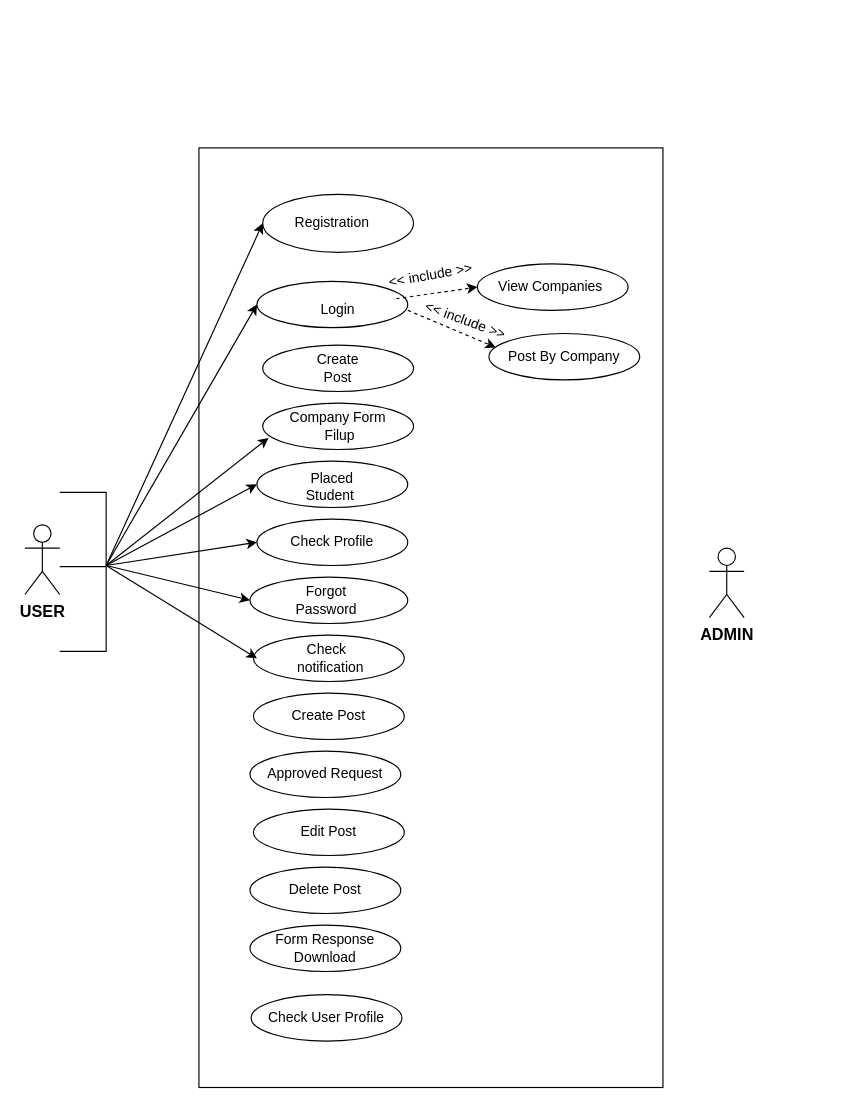
Above: Untitled Diagram.drawio in shalulaha/Minor_Project (draw.io), before the change. Source tidied: cells renumbered, new cells numbered last; positions are measured from the earlier drawing's top-left corner, leaving out a move shared by most shapes. Both pictures are drawn from the tidied source at 116%, with x=0, y=0 at pixel (24, 147).
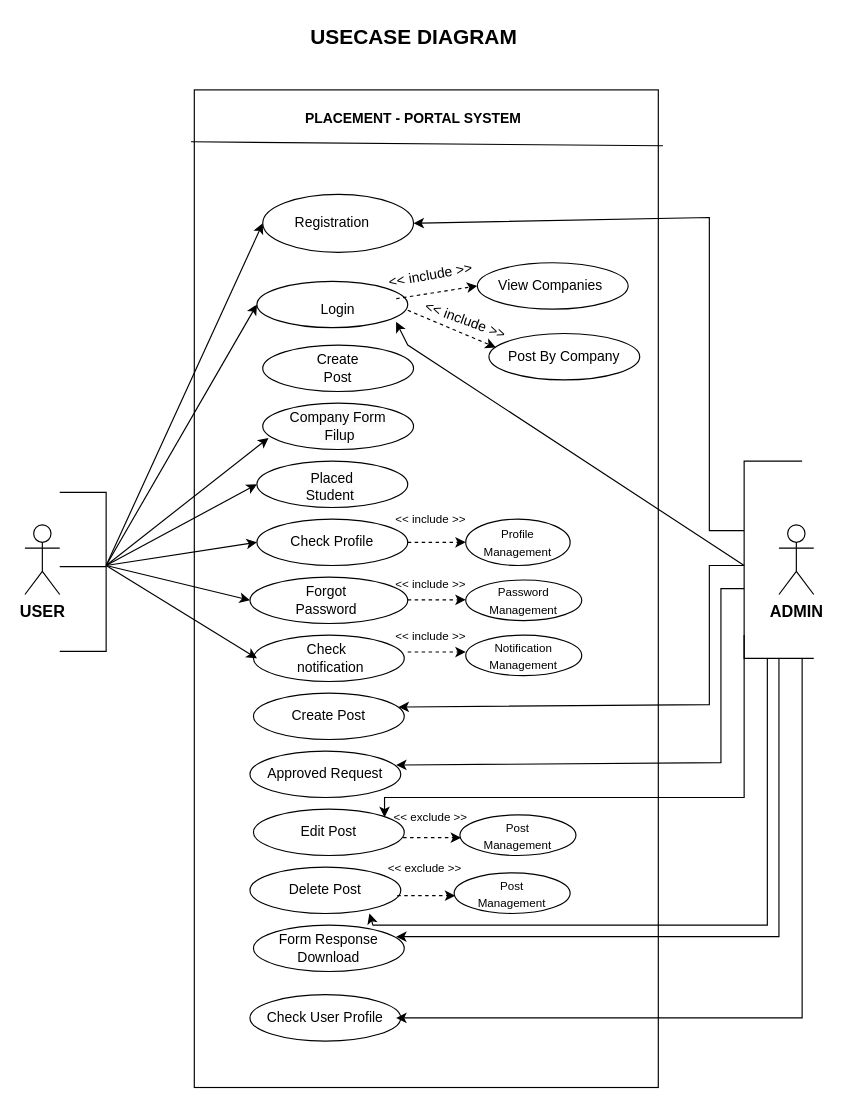
The same diagram, later.

The change refers to these unchanged cells:
```xml
<mxCell id="3" style="ellipse;whiteSpace=wrap;html=1;" parent="1" vertex="1">
  <mxGeometry x="205" y="40" width="130" height="50" as="geometry" />
</mxCell>
<mxCell id="5" style="ellipse;whiteSpace=wrap;html=1;" parent="1" vertex="1">
  <mxGeometry x="200" y="115" width="130" height="40" as="geometry" />
</mxCell>
<mxCell id="10" value="Check Profile" style="ellipse;whiteSpace=wrap;html=1;" parent="1" vertex="1">
  <mxGeometry x="200" y="320" width="130" height="40" as="geometry" />
</mxCell>
<mxCell id="15" value="Create Post" style="ellipse;whiteSpace=wrap;html=1;" parent="1" vertex="1">
  <mxGeometry x="197" y="470" width="130" height="40" as="geometry" />
</mxCell>
<mxCell id="16" value="Approved Request" style="ellipse;whiteSpace=wrap;html=1;" parent="1" vertex="1">
  <mxGeometry x="194" y="520" width="130" height="40" as="geometry" />
</mxCell>
<mxCell id="25" value="Delete Post" style="ellipse;whiteSpace=wrap;html=1;" parent="1" vertex="1">
  <mxGeometry x="194" y="620" width="130" height="40" as="geometry" />
</mxCell>
```

Diff of the diagram source:
```diff
@@
     <mxCell id="2" value="&lt;br&gt;&lt;div&gt;&lt;br/&gt;&lt;/div&gt;" style="rounded=0;whiteSpace=wrap;html=1;" parent="1" vertex="1">
-      <mxGeometry x="150" width="400" height="810" as="geometry" />
+      <mxGeometry x="146" y="-50" width="400" height="860" as="geometry" />
     </mxCell>
@@
     <mxCell id="18" value="View Companies&amp;nbsp;" style="ellipse;whiteSpace=wrap;html=1;" parent="1" vertex="1">
-      <mxGeometry x="390" y="100" width="130" height="40" as="geometry" />
+      <mxGeometry x="390" y="99" width="130" height="40" as="geometry" />
     </mxCell>
@@
     <mxCell id="26" value="Form Response Download" style="ellipse;whiteSpace=wrap;html=1;" parent="1" vertex="1">
-      <mxGeometry x="194" y="670" width="130" height="40" as="geometry" />
+      <mxGeometry x="197" y="670" width="130" height="40" as="geometry" />
     </mxCell>
     <mxCell id="27" value="Check User Profile" style="ellipse;whiteSpace=wrap;html=1;" parent="1" vertex="1">
-      <mxGeometry x="195" y="730" width="130" height="40" as="geometry" />
+      <mxGeometry x="194" y="730" width="130" height="40" as="geometry" />
     </mxCell>
@@
     <mxCell id="29" value="&lt;b&gt;&lt;font style=&quot;font-size: 14px;&quot;&gt;ADMIN&lt;/font&gt;&lt;/b&gt;" style="shape=umlActor;verticalLabelPosition=bottom;verticalAlign=top;html=1;" parent="1" vertex="1">
-      <mxGeometry x="590" y="345" width="30" height="60" as="geometry" />
+      <mxGeometry x="650" y="325" width="30" height="60" as="geometry" />
     </mxCell>
@@
+    <mxCell id="39" style="endArrow=classic;html=1;rounded=0;entryX=1;entryY=0.5;entryDx=0;entryDy=0;" parent="1" edge="1" target="3">
+      <mxGeometry relative="1" as="geometry">
+        <mxPoint x="620" y="330" as="sourcePoint" />
+        <Array as="points">
+          <mxPoint x="590" y="330" />
+          <mxPoint x="590" y="60" />
+        </Array>
+      </mxGeometry>
+    </mxCell>
+    <mxCell id="40" style="endArrow=none;html=1;rounded=0;" parent="1" edge="1">
+      <mxGeometry relative="1" as="geometry">
+        <mxPoint x="670" y="270" as="sourcePoint" />
+        <mxPoint x="680" y="440" as="targetPoint" />
+        <Array as="points">
+          <mxPoint x="620" y="270" />
+          <mxPoint x="620" y="440" />
+        </Array>
+      </mxGeometry>
+    </mxCell>
+    <mxCell id="41" style="endArrow=classic;html=1;rounded=0;entryX=0.923;entryY=0.875;entryDx=0;entryDy=0;entryPerimeter=0;" parent="1" edge="1" target="5">
+      <mxGeometry relative="1" as="geometry">
+        <mxPoint x="620" y="360" as="sourcePoint" />
+        <Array as="points">
+          <mxPoint x="330" y="170" />
+        </Array>
+      </mxGeometry>
+    </mxCell>
+    <mxCell id="42" value="&lt;font style=&quot;font-size: 10px;&quot;&gt;Profile Management&lt;/font&gt;" style="ellipse;whiteSpace=wrap;html=1;" parent="1" vertex="1">
+      <mxGeometry x="380" y="320" width="90" height="40" as="geometry" />
+    </mxCell>
+    <mxCell id="43" style="html=1;labelBackgroundColor=#ffffff;startArrow=none;startFill=0;startSize=6;endArrow=classic;endFill=1;endSize=6;jettySize=auto;strokeWidth=1;dashed=1;fontSize=14;rounded=0;entryX=0;entryY=0.5;entryDx=0;entryDy=0;exitX=1;exitY=0.5;exitDx=0;exitDy=0;" parent="1" edge="1" source="10" target="42">
+      <mxGeometry relative="1" as="geometry" />
+    </mxCell>
+    <mxCell id="44" value="&lt;font style=&quot;font-size: 10px;&quot;&gt;&amp;lt;&amp;lt; include &amp;gt;&amp;gt;&lt;/font&gt;" style="text;html=1;align=center;verticalAlign=middle;whiteSpace=wrap;rounded=0;rotation=0;" parent="1" vertex="1">
+      <mxGeometry x="310" y="310" width="80" height="20" as="geometry" />
+    </mxCell>
+    <mxCell id="45" value="&lt;font style=&quot;font-size: 10px;&quot;&gt;Password Management&lt;/font&gt;" style="ellipse;whiteSpace=wrap;html=1;" parent="1" vertex="1">
+      <mxGeometry x="380" y="372.5" width="100" height="35" as="geometry" />
+    </mxCell>
+    <mxCell id="46" style="html=1;labelBackgroundColor=#ffffff;startArrow=none;startFill=0;startSize=6;endArrow=classic;endFill=1;endSize=6;jettySize=auto;orthogonalLoop=1;strokeWidth=1;dashed=1;fontSize=14;rounded=0;entryX=0;entryY=0.5;entryDx=0;entryDy=0;exitX=1;exitY=0.5;exitDx=0;exitDy=0;" parent="1" edge="1">
+      <mxGeometry relative="1" as="geometry">
+        <mxPoint x="330" y="389.6" as="sourcePoint" />
+        <mxPoint x="380" y="389.6" as="targetPoint" />
+      </mxGeometry>
+    </mxCell>
+    <mxCell id="47" value="&lt;font style=&quot;font-size: 10px;&quot;&gt;&amp;lt;&amp;lt; include &amp;gt;&amp;gt;&lt;/font&gt;" style="text;html=1;align=center;verticalAlign=middle;whiteSpace=wrap;rounded=0;rotation=0;" parent="1" vertex="1">
+      <mxGeometry x="310" y="365" width="80" height="21" as="geometry" />
+    </mxCell>
+    <mxCell id="48" value="&lt;font style=&quot;font-size: 10px;&quot;&gt;Notification&lt;/font&gt;&lt;div&gt;&lt;font style=&quot;font-size: 10px;&quot;&gt;Manag&lt;/font&gt;&lt;span style=&quot;background-color: initial; font-size: 10px;&quot;&gt;ement&lt;/span&gt;&lt;/div&gt;" style="ellipse;whiteSpace=wrap;html=1;" parent="1" vertex="1">
+      <mxGeometry x="380" y="420" width="100" height="35" as="geometry" />
+    </mxCell>
+    <mxCell id="49" style="html=1;labelBackgroundColor=#ffffff;startArrow=none;startFill=0;startSize=6;endArrow=classic;endFill=1;endSize=6;jettySize=auto;orthogonalLoop=1;strokeWidth=1;dashed=1;fontSize=14;rounded=0;entryX=0;entryY=0.5;entryDx=0;entryDy=0;exitX=1;exitY=0.5;exitDx=0;exitDy=0;" parent="1" edge="1">
+      <mxGeometry relative="1" as="geometry">
+        <mxPoint x="330" y="434.6" as="sourcePoint" />
+        <mxPoint x="380" y="434.6" as="targetPoint" />
+      </mxGeometry>
+    </mxCell>
+    <mxCell id="50" value="&lt;font style=&quot;font-size: 10px;&quot;&gt;&amp;lt;&amp;lt; include &amp;gt;&amp;gt;&lt;/font&gt;" style="text;html=1;align=center;verticalAlign=middle;whiteSpace=wrap;rounded=0;rotation=0;" parent="1" vertex="1">
+      <mxGeometry x="310" y="410" width="80" height="22" as="geometry" />
+    </mxCell>
+    <mxCell id="51" value="&lt;span style=&quot;font-size: 10px;&quot;&gt;Post&lt;/span&gt;&lt;br&gt;&lt;div&gt;&lt;font style=&quot;font-size: 10px;&quot;&gt;Manag&lt;/font&gt;&lt;span style=&quot;background-color: initial; font-size: 10px;&quot;&gt;ement&lt;/span&gt;&lt;/div&gt;" style="ellipse;whiteSpace=wrap;html=1;" parent="1" vertex="1">
+      <mxGeometry x="375" y="575" width="100" height="35" as="geometry" />
+    </mxCell>
+    <mxCell id="52" style="html=1;labelBackgroundColor=#ffffff;startArrow=none;startFill=0;startSize=6;endArrow=classic;endFill=1;endSize=6;jettySize=auto;orthogonalLoop=1;strokeWidth=1;dashed=1;fontSize=14;rounded=0;entryX=0;entryY=0.5;entryDx=0;entryDy=0;exitX=1;exitY=0.5;exitDx=0;exitDy=0;" parent="1" edge="1">
+      <mxGeometry relative="1" as="geometry">
+        <mxPoint x="326" y="594.6" as="sourcePoint" />
+        <mxPoint x="376" y="594.6" as="targetPoint" />
+      </mxGeometry>
+    </mxCell>
+    <mxCell id="53" value="&lt;font style=&quot;font-size: 10px;&quot;&gt;&amp;lt;&amp;lt; exclude &amp;gt;&amp;gt;&lt;/font&gt;" style="text;html=1;align=center;verticalAlign=middle;whiteSpace=wrap;rounded=0;rotation=0;" parent="1" vertex="1">
+      <mxGeometry x="310" y="566" width="80" height="22" as="geometry" />
+    </mxCell>
+    <mxCell id="54" value="&lt;span style=&quot;font-size: 10px;&quot;&gt;Post&lt;/span&gt;&lt;br&gt;&lt;div&gt;&lt;font style=&quot;font-size: 10px;&quot;&gt;Manag&lt;/font&gt;&lt;span style=&quot;background-color: initial; font-size: 10px;&quot;&gt;ement&lt;/span&gt;&lt;/div&gt;" style="ellipse;whiteSpace=wrap;html=1;" parent="1" vertex="1">
+      <mxGeometry x="370" y="625" width="100" height="35" as="geometry" />
+    </mxCell>
+    <mxCell id="55" style="html=1;labelBackgroundColor=#ffffff;startArrow=none;startFill=0;startSize=6;endArrow=classic;endFill=1;endSize=6;jettySize=auto;orthogonalLoop=1;strokeWidth=1;dashed=1;fontSize=14;rounded=0;entryX=0;entryY=0.5;entryDx=0;entryDy=0;exitX=1;exitY=0.5;exitDx=0;exitDy=0;" parent="1" edge="1">
+      <mxGeometry relative="1" as="geometry">
+        <mxPoint x="321" y="644.6" as="sourcePoint" />
+        <mxPoint x="371" y="644.6" as="targetPoint" />
+      </mxGeometry>
+    </mxCell>
+    <mxCell id="56" value="&lt;font style=&quot;font-size: 10px;&quot;&gt;&amp;lt;&amp;lt; exclude &amp;gt;&amp;gt;&lt;/font&gt;" style="text;html=1;align=center;verticalAlign=middle;whiteSpace=wrap;rounded=0;rotation=0;" parent="1" vertex="1">
+      <mxGeometry x="305" y="610" width="80" height="22" as="geometry" />
+    </mxCell>
+    <mxCell id="57" style="endArrow=classic;html=1;rounded=0;entryX=0.962;entryY=0.3;entryDx=0;entryDy=0;entryPerimeter=0;" parent="1" edge="1" target="15">
+      <mxGeometry relative="1" as="geometry">
+        <mxPoint x="620" y="360" as="sourcePoint" />
+        <Array as="points">
+          <mxPoint x="590" y="360" />
+          <mxPoint x="590" y="480" />
+        </Array>
+      </mxGeometry>
+    </mxCell>
+    <mxCell id="58" style="endArrow=classic;html=1;rounded=0;entryX=0.969;entryY=0.3;entryDx=0;entryDy=0;entryPerimeter=0;" parent="1" edge="1" target="16">
+      <mxGeometry relative="1" as="geometry">
+        <mxPoint x="620" y="380" as="sourcePoint" />
+        <Array as="points">
+          <mxPoint x="600" y="380" />
+          <mxPoint x="600" y="530" />
+        </Array>
+      </mxGeometry>
+    </mxCell>
+    <mxCell id="59" style="endArrow=classic;html=1;rounded=0;entryX=0;entryY=0.5;entryDx=0;entryDy=0;" parent="1" edge="1" target="53">
+      <mxGeometry relative="1" as="geometry">
+        <mxPoint x="620" y="420" as="sourcePoint" />
+        <Array as="points">
+          <mxPoint x="620" y="560" />
+          <mxPoint x="310" y="560" />
+        </Array>
+      </mxGeometry>
+    </mxCell>
+    <mxCell id="60" style="endArrow=classic;html=1;rounded=0;entryX=0.792;entryY=1;entryDx=0;entryDy=0;entryPerimeter=0;" parent="1" edge="1" target="25">
+      <mxGeometry relative="1" as="geometry">
+        <mxPoint x="640" y="440" as="sourcePoint" />
+        <Array as="points">
+          <mxPoint x="640" y="670" />
+          <mxPoint x="300" y="670" />
+        </Array>
+      </mxGeometry>
+    </mxCell>
+    <mxCell id="61" style="endArrow=classic;html=1;rounded=0;entryX=0.946;entryY=0.25;entryDx=0;entryDy=0;entryPerimeter=0;" parent="1" edge="1" target="26">
+      <mxGeometry relative="1" as="geometry">
+        <mxPoint x="650" y="440" as="sourcePoint" />
+        <Array as="points">
+          <mxPoint x="650" y="680" />
+        </Array>
+      </mxGeometry>
+    </mxCell>
+    <mxCell id="62" style="endArrow=classic;html=1;rounded=0;" parent="1" edge="1">
+      <mxGeometry relative="1" as="geometry">
+        <mxPoint x="670" y="440" as="sourcePoint" />
+        <mxPoint x="320" y="750" as="targetPoint" />
+        <Array as="points">
+          <mxPoint x="670" y="750" />
+        </Array>
+      </mxGeometry>
+    </mxCell>
+    <mxCell id="63" style="endArrow=none;html=1;rounded=0;entryX=1.01;entryY=0.056;entryDx=0;entryDy=0;entryPerimeter=0;exitX=-0.007;exitY=0.052;exitDx=0;exitDy=0;exitPerimeter=0;" parent="1" edge="1" source="2" target="2">
+      <mxGeometry relative="1" as="geometry" />
+    </mxCell>
+    <mxCell id="64" value="&lt;b&gt;PLACEMENT - PORTAL SYSTEM&lt;/b&gt;" style="text;html=1;align=center;verticalAlign=middle;whiteSpace=wrap;rounded=0;" parent="1" vertex="1">
+      <mxGeometry x="235" y="-40" width="200" height="30" as="geometry" />
+    </mxCell>
+    <mxCell id="65" value="&lt;b&gt;&lt;font style=&quot;font-size: 18px;&quot;&gt;USECASE DIAGRAM&lt;/font&gt;&lt;/b&gt;" style="text;html=1;align=center;verticalAlign=middle;whiteSpace=wrap;rounded=0;" parent="1" vertex="1">
+      <mxGeometry x="223.8" y="-110" width="222.5" height="30" as="geometry" />
+    </mxCell>
```
